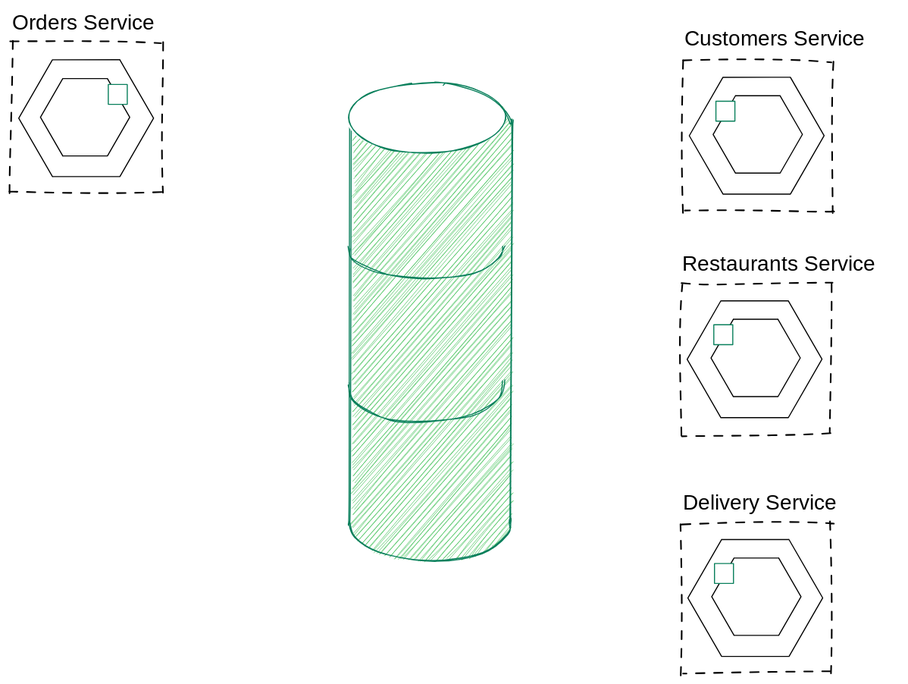
Above: docs/05-InterProcessComunication-API-First.excalidraw.svg in ZenWave360/zenwave-sdk (Excalidraw), before the change. Source tidied: one line per element, renumbered; positions are measured from the earlier drawing's top-left corner, leaving out a move shared by most shapes.
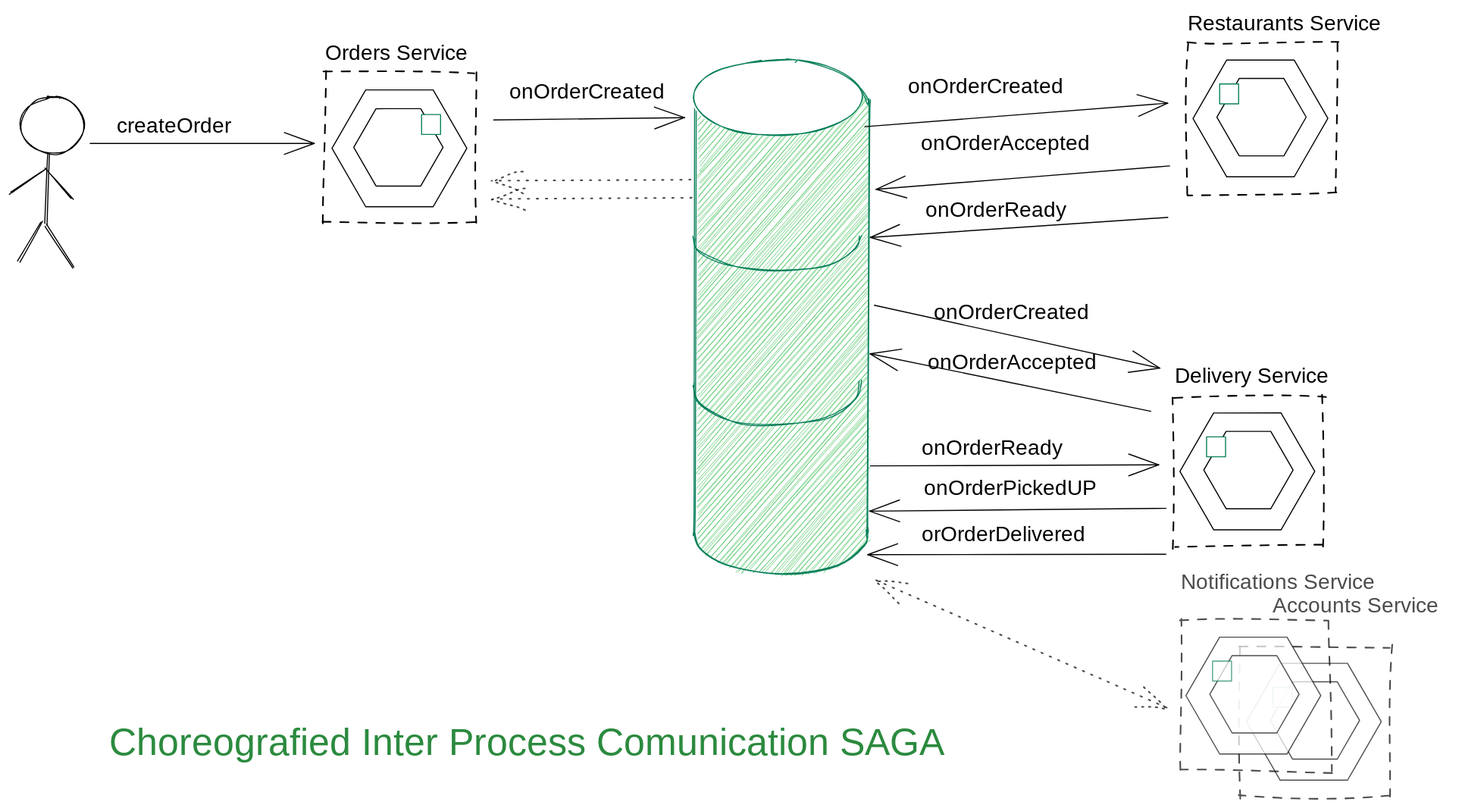
After the commit.

What changed in the source:
```diff
@@ -1,24 +1,59 @@
+{"id": 24, "type": "text", "text": "Accounts Service", "strokeColor": "#000000", "strokeWidth": 1, "strokeStyle": "dashed", "roughness": 1, "opacity": 70, "fontSize": 20, "fontFamily": 1, "x": 894, "y": 521, "width": 166, "height": 25}
+{"id": 25, "type": "rectangle", "strokeColor": "#000000", "strokeWidth": 1, "strokeStyle": "dashed", "roughness": 1, "opacity": 70, "x": 863, "y": 571, "width": 142, "height": 142}
+{"id": 26, "type": "line", "strokeColor": "#000000", "angle": 1.57, "backgroundColor": "#fff", "fillStyle": "solid", "strokeWidth": 1, "roughness": 0, "opacity": 70, "x": 933, "y": 578, "width": 110, "height": 127, "points": [[0, 0], [55, 32], [55, 95], [0, 127], [-55, 95], [-55, 32], [0, 0]]}
+{"id": 27, "type": "line", "strokeColor": "#000000", "angle": 1.57, "backgroundColor": "#fff", "fillStyle": "solid", "strokeWidth": 1, "roughness": 0, "opacity": 70, "x": 934, "y": 599, "width": 73, "height": 84, "points": [[0, 0], [36, 21], [36, 63], [0, 84], [-36, 63], [-36, 21], [0, 0]]}
+{"id": 28, "type": "rectangle", "strokeColor": "#087f5b", "angle": 1.57, "backgroundColor": "#fff", "fillStyle": "solid", "strokeWidth": 1, "roughness": 0, "opacity": 70, "x": 894, "y": 610, "width": 19, "height": 18}
-{"id": 0, "type": "line", "strokeColor": "#087f5b", "angle": 6.29, "backgroundColor": "#40c057", "fillStyle": "hachure", "strokeWidth": 1, "roughness": 1, "x": 321, "y": 107, "width": 151, "height": 447, "points": [[0, 0], [0, 338], [0, 376], [8, 393], [35, 407], [81, 411], [124, 404], [148, 388], [151, 374], [151, 343], [151, 28], [150, -1], [140, -18], [120, -28], [73, -36], [36, -31], [6, -14], [0, 0], [0, 0]]}
+{"id": 0, "type": "line", "strokeColor": "#087f5b", "angle": 6.29, "backgroundColor": "#40c057", "fillStyle": "hachure", "strokeWidth": 1, "roughness": 1, "x": 350, "y": 60, "width": 163, "height": 481, "points": [[0, 0], [1, 363], [0, 405], [8, 423], [37, 438], [87, 443], [134, 435], [159, 417], [162, 402], [163, 369], [162, 30], [161, -1], [151, -19], [129, -30], [79, -38], [39, -33], [7, -16], [0, 0], [0, 0]]}
-{"id": 1, "type": "line", "strokeColor": "#087f5b", "angle": 6.29, "strokeWidth": 1, "roughness": 1, "x": 318, "y": 351, "width": 147, "height": 37, "points": [[0, 0], [4, 15], [21, 27], [43, 34], [77, 35], [118, 30], [142, 13], [147, -2]]}
+{"id": 1, "type": "line", "strokeColor": "#087f5b", "angle": 6.29, "strokeWidth": 1, "roughness": 1, "x": 347, "y": 323, "width": 158, "height": 40, "points": [[0, 0], [4, 16], [22, 29], [46, 37], [83, 38], [127, 33], [152, 14], [158, -2]]}
-{"id": 2, "type": "line", "strokeColor": "#087f5b", "angle": 6.29, "strokeWidth": 1, "roughness": 1, "x": 318, "y": 223, "width": 146, "height": 29, "points": [[0, 0], [4, 12], [20, 22], [43, 28], [77, 28], [118, 24], [141, 10], [146, -1]]}
+{"id": 2, "type": "line", "strokeColor": "#087f5b", "angle": 6.29, "strokeWidth": 1, "roughness": 1, "x": 348, "y": 185, "width": 157, "height": 32, "points": [[0, 0], [4, 13], [22, 23], [46, 30], [83, 30], [127, 26], [152, 11], [157, -1]]}
-{"id": 3, "type": "ellipse", "strokeColor": "#087f5b", "angle": 6.29, "backgroundColor": "#fff", "fillStyle": "solid", "strokeWidth": 1, "roughness": 1, "x": 318, "y": 68, "width": 148, "height": 66}
+{"id": 3, "type": "ellipse", "strokeColor": "#087f5b", "angle": 6.29, "backgroundColor": "#fff", "fillStyle": "solid", "strokeWidth": 1, "roughness": 1, "x": 347, "y": 18, "width": 160, "height": 71}
 {"id": 4, "type": "text", "text": "Orders Service", "strokeColor": "#000000", "strokeWidth": 1, "strokeStyle": "dashed", "roughness": 1, "fontSize": 20, "fontFamily": 1, "x": 1, "y": 0, "width": 143, "height": 25}
 {"id": 5, "type": "rectangle", "strokeColor": "#000000", "strokeWidth": 1, "strokeStyle": "dashed", "roughness": 1, "x": 0, "y": 30, "width": 142, "height": 142}
 {"id": 6, "type": "line", "strokeColor": "#000000", "angle": 1.57, "backgroundColor": "#fff", "fillStyle": "solid", "strokeWidth": 1, "roughness": 0, "x": 71, "y": 38, "width": 110, "height": 127, "points": [[0, 0], [55, 32], [55, 95], [0, 127], [-55, 95], [-55, 32], [0, 0]]}
 {"id": 7, "type": "line", "strokeColor": "#000000", "angle": 1.57, "backgroundColor": "#fff", "fillStyle": "solid", "strokeWidth": 1, "roughness": 0, "x": 70, "y": 58, "width": 73, "height": 84, "points": [[0, 0], [36, 21], [36, 63], [0, 84], [-36, 63], [-36, 21], [0, 0]]}
 {"id": 8, "type": "rectangle", "strokeColor": "#087f5b", "angle": 1.57, "backgroundColor": "#fff", "fillStyle": "solid", "strokeWidth": 1, "roughness": 0, "x": 92, "y": 70, "width": 19, "height": 18}
-{"id": 9, "type": "text", "text": "Customers Service", "strokeColor": "#000000", "strokeWidth": 1, "strokeStyle": "dashed", "roughness": 1, "fontSize": 20, "fontFamily": 1, "x": 636, "y": 15, "width": 179, "height": 25}
-{"id": 10, "type": "rectangle", "strokeColor": "#000000", "strokeWidth": 1, "strokeStyle": "dashed", "roughness": 1, "x": 634, "y": 47, "width": 142, "height": 142}
-{"id": 11, "type": "line", "strokeColor": "#000000", "angle": 1.57, "backgroundColor": "#fff", "fillStyle": "solid", "strokeWidth": 1, "roughness": 0, "x": 703, "y": 54, "width": 110, "height": 127, "points": [[0, 0], [55, 32], [55, 95], [0, 127], [-55, 95], [-55, 32], [0, 0]]}
-{"id": 12, "type": "line", "strokeColor": "#000000", "angle": 1.57, "backgroundColor": "#fff", "fillStyle": "solid", "strokeWidth": 1, "roughness": 0, "x": 704, "y": 75, "width": 73, "height": 84, "points": [[0, 0], [36, 21], [36, 63], [0, 84], [-36, 63], [-36, 21], [0, 0]]}
-{"id": 13, "type": "rectangle", "strokeColor": "#087f5b", "angle": 1.57, "backgroundColor": "#fff", "fillStyle": "solid", "strokeWidth": 1, "roughness": 0, "x": 664, "y": 86, "width": 19, "height": 18}
-{"id": 14, "type": "text", "text": "Restaurants Service", "strokeColor": "#000000", "strokeWidth": 1, "strokeStyle": "dashed", "roughness": 1, "fontSize": 20, "fontFamily": 1, "x": 633, "y": 227, "width": 203, "height": 25}
+{"id": 14, "type": "text", "text": "Restaurants Service", "strokeColor": "#000000", "strokeWidth": 1, "strokeStyle": "dashed", "roughness": 1, "fontSize": 20, "fontFamily": 1, "x": 814, "y": -28, "width": 203, "height": 25}
-{"id": 15, "type": "rectangle", "strokeColor": "#000000", "strokeWidth": 1, "strokeStyle": "dashed", "roughness": 1, "x": 632, "y": 257, "width": 142, "height": 142}
+{"id": 15, "type": "rectangle", "strokeColor": "#000000", "strokeWidth": 1, "strokeStyle": "dashed", "roughness": 1, "x": 813, "y": 2, "width": 142, "height": 142}
-{"id": 16, "type": "line", "strokeColor": "#000000", "angle": 1.57, "backgroundColor": "#fff", "fillStyle": "solid", "strokeWidth": 1, "roughness": 0, "x": 701, "y": 265, "width": 110, "height": 127, "points": [[0, 0], [55, 32], [55, 95], [0, 127], [-55, 95], [-55, 32], [0, 0]]}
+{"id": 16, "type": "line", "strokeColor": "#000000", "angle": 1.57, "backgroundColor": "#fff", "fillStyle": "solid", "strokeWidth": 1, "roughness": 0, "x": 883, "y": 10, "width": 110, "height": 127, "points": [[0, 0], [55, 32], [55, 95], [0, 127], [-55, 95], [-55, 32], [0, 0]]}
-{"id": 17, "type": "line", "strokeColor": "#000000", "angle": 1.57, "backgroundColor": "#fff", "fillStyle": "solid", "strokeWidth": 1, "roughness": 0, "x": 702, "y": 285, "width": 73, "height": 84, "points": [[0, 0], [36, 21], [36, 63], [0, 84], [-36, 63], [-36, 21], [0, 0]]}
+{"id": 17, "type": "line", "strokeColor": "#000000", "angle": 1.57, "backgroundColor": "#fff", "fillStyle": "solid", "strokeWidth": 1, "roughness": 0, "x": 884, "y": 30, "width": 73, "height": 84, "points": [[0, 0], [36, 21], [36, 63], [0, 84], [-36, 63], [-36, 21], [0, 0]]}
-{"id": 18, "type": "rectangle", "strokeColor": "#087f5b", "angle": 1.57, "backgroundColor": "#fff", "fillStyle": "solid", "strokeWidth": 1, "roughness": 0, "x": 662, "y": 297, "width": 19, "height": 18}
+{"id": 18, "type": "rectangle", "strokeColor": "#087f5b", "angle": 1.57, "backgroundColor": "#fff", "fillStyle": "solid", "strokeWidth": 1, "roughness": 0, "x": 844, "y": 41, "width": 19, "height": 18}
-{"id": 19, "type": "text", "text": "Delivery Service", "strokeColor": "#000000", "strokeWidth": 1, "strokeStyle": "dashed", "roughness": 1, "fontSize": 20, "fontFamily": 1, "x": 634, "y": 452, "width": 154, "height": 25}
+{"id": 19, "type": "text", "text": "Delivery Service", "strokeColor": "#000000", "strokeWidth": 1, "strokeStyle": "dashed", "roughness": 1, "fontSize": 20, "fontFamily": 1, "x": 802, "y": 305, "width": 154, "height": 25}
-{"id": 20, "type": "rectangle", "strokeColor": "#000000", "strokeWidth": 1, "strokeStyle": "dashed", "roughness": 1, "x": 632, "y": 482, "width": 142, "height": 142}
+{"id": 20, "type": "rectangle", "strokeColor": "#000000", "strokeWidth": 1, "strokeStyle": "dashed", "roughness": 1, "x": 801, "y": 335, "width": 142, "height": 142}
-{"id": 21, "type": "line", "strokeColor": "#000000", "angle": 1.57, "backgroundColor": "#fff", "fillStyle": "solid", "strokeWidth": 1, "roughness": 0, "x": 702, "y": 490, "width": 110, "height": 127, "points": [[0, 0], [55, 32], [55, 95], [0, 127], [-55, 95], [-55, 32], [0, 0]]}
+{"id": 21, "type": "line", "strokeColor": "#000000", "angle": 1.57, "backgroundColor": "#fff", "fillStyle": "solid", "strokeWidth": 1, "roughness": 0, "x": 870, "y": 342, "width": 110, "height": 127, "points": [[0, 0], [55, 32], [55, 95], [0, 127], [-55, 95], [-55, 32], [0, 0]]}
-{"id": 22, "type": "line", "strokeColor": "#000000", "angle": 1.57, "backgroundColor": "#fff", "fillStyle": "solid", "strokeWidth": 1, "roughness": 0, "x": 703, "y": 510, "width": 73, "height": 84, "points": [[0, 0], [36, 21], [36, 63], [0, 84], [-36, 63], [-36, 21], [0, 0]]}
+{"id": 22, "type": "line", "strokeColor": "#000000", "angle": 1.57, "backgroundColor": "#fff", "fillStyle": "solid", "strokeWidth": 1, "roughness": 0, "x": 871, "y": 363, "width": 73, "height": 84, "points": [[0, 0], [36, 21], [36, 63], [0, 84], [-36, 63], [-36, 21], [0, 0]]}
-{"id": 23, "type": "rectangle", "strokeColor": "#087f5b", "angle": 1.57, "backgroundColor": "#fff", "fillStyle": "solid", "strokeWidth": 1, "roughness": 0, "x": 663, "y": 522, "width": 19, "height": 18}
+{"id": 23, "type": "rectangle", "strokeColor": "#087f5b", "angle": 1.57, "backgroundColor": "#fff", "fillStyle": "solid", "strokeWidth": 1, "roughness": 0, "x": 831, "y": 374, "width": 19, "height": 18}
+{"id": 29, "type": "text", "text": "Choreografied Inter Process Comunication SAGA", "strokeColor": "#2b8a3e", "strokeWidth": 1, "roughness": 1, "fontSize": 36, "fontFamily": 1, "x": -202, "y": 641, "width": 856, "height": 45}
+{"id": 30, "type": "ellipse", "strokeColor": "#000000", "strokeWidth": 1, "roughness": 1, "x": -285, "y": 52, "width": 59, "height": 54}
+{"id": 31, "type": "line", "strokeColor": "#000000", "backgroundColor": "#ced4da", "fillStyle": "solid", "strokeWidth": 1, "roughness": 1, "x": -259, "y": 106, "width": 3, "height": 66, "points": [[0, 0], [-3, 66]]}
+{"id": 32, "type": "line", "strokeColor": "#000000", "backgroundColor": "#ced4da", "fillStyle": "solid", "strokeWidth": 1, "roughness": 1, "x": -262, "y": 174, "width": 26, "height": 40, "points": [[0, 0], [26, 40]]}
+{"id": 33, "type": "line", "strokeColor": "#000000", "backgroundColor": "#ced4da", "fillStyle": "solid", "strokeWidth": 1, "roughness": 1, "x": -266, "y": 171, "width": 22, "height": 37, "points": [[0, 0], [-22, 37]]}
+{"id": 34, "type": "line", "strokeColor": "#000000", "backgroundColor": "#ced4da", "fillStyle": "solid", "strokeWidth": 1, "roughness": 1, "x": -295, "y": 143, "width": 34, "height": 22, "points": [[0, 0], [34, -22]]}
+{"id": 35, "type": "line", "strokeColor": "#000000", "backgroundColor": "#ced4da", "fillStyle": "solid", "strokeWidth": 1, "roughness": 1, "x": -262, "y": 120, "width": 25, "height": 29, "points": [[0, 0], [25, 29]]}
+{"id": 36, "type": "arrow", "strokeColor": "#000000", "strokeWidth": 1, "roughness": 0, "endArrowhead": "arrow", "from": 30, "to": 5, "x": -220, "y": 97, "width": 211, "height": 0, "points": [[0, 0], [211, 0]]}
+{"id": 37, "type": "text", "text": "createOrder", "strokeColor": "#000000", "strokeWidth": 1, "roughness": 0, "fontSize": 20, "fontFamily": 1, "x": -195, "y": 69, "width": 120, "height": 25}
+{"id": 38, "type": "arrow", "strokeColor": "#000000", "strokeWidth": 1, "roughness": 0, "endArrowhead": "arrow", "from": 5, "to": 3, "x": 160, "y": 75, "width": 180, "height": 2, "points": [[0, 0], [180, -2]]}
+{"id": 39, "type": "text", "text": "onOrderCreated", "strokeColor": "#000000", "strokeWidth": 1, "roughness": 0, "fontSize": 20, "fontFamily": 1, "x": 174, "y": 37, "width": 155, "height": 25}
+{"id": 40, "type": "arrow", "strokeColor": "#000000", "strokeWidth": 1, "roughness": 0, "endArrowhead": "arrow", "from": 3, "to": 15, "x": 510, "y": 81, "width": 285, "height": 22, "points": [[0, 0], [285, -22]]}
+{"id": 41, "type": "text", "text": "onOrderCreated", "strokeColor": "#000000", "strokeWidth": 1, "roughness": 0, "fontSize": 20, "fontFamily": 1, "x": 551, "y": 31, "width": 155, "height": 25}
+{"id": 42, "type": "arrow", "strokeColor": "#000000", "strokeWidth": 1, "roughness": 0, "endArrowhead": "arrow", "from": 15, "x": 797, "y": 118, "width": 277, "height": 22, "points": [[0, 0], [-277, 22]]}
+{"id": 43, "type": "text", "text": "onOrderAccepted", "strokeColor": "#000000", "strokeWidth": 1, "roughness": 0, "fontSize": 20, "fontFamily": 1, "x": 562, "y": 85, "width": 163, "height": 25}
+{"id": 44, "type": "arrow", "strokeColor": "#000000", "strokeWidth": 1, "roughness": 0, "endArrowhead": "arrow", "from": 15, "x": 795, "y": 167, "width": 280, "height": 19, "points": [[0, 0], [-280, 19]]}
+{"id": 45, "type": "text", "text": "onOrderReady", "strokeColor": "#000000", "strokeWidth": 1, "roughness": 0, "fontSize": 20, "fontFamily": 1, "x": 567, "y": 148, "width": 134, "height": 25}
+{"id": 46, "type": "arrow", "strokeColor": "#000000", "strokeWidth": 1, "roughness": 0, "endArrowhead": "arrow", "to": 20, "x": 519, "y": 249, "width": 269, "height": 59, "points": [[0, 0], [269, 59]]}
+{"id": 47, "type": "arrow", "strokeColor": "#000000", "strokeWidth": 1, "roughness": 0, "endArrowhead": "arrow", "from": 20, "x": 779, "y": 349, "width": 264, "height": 54, "points": [[0, 0], [-264, -54]]}
+{"id": 48, "type": "text", "text": "onOrderCreated", "strokeColor": "#000000", "strokeWidth": 1, "roughness": 0, "fontSize": 20, "fontFamily": 1, "x": 575, "y": 245, "width": 155, "height": 25}
+{"id": 49, "type": "text", "text": "onOrderAccepted", "strokeColor": "#000000", "strokeWidth": 1, "roughness": 0, "fontSize": 20, "fontFamily": 1, "x": 569, "y": 291, "width": 163, "height": 25}
+{"id": 50, "type": "arrow", "strokeColor": "#000000", "strokeWidth": 1, "roughness": 0, "endArrowhead": "arrow", "to": 20, "x": 515, "y": 401, "width": 272, "height": 1, "points": [[0, 0], [272, -1]]}
+{"id": 51, "type": "text", "text": "onOrderReady", "strokeColor": "#000000", "strokeWidth": 1, "roughness": 0, "fontSize": 20, "fontFamily": 1, "x": 563, "y": 373, "width": 134, "height": 25}
+{"id": 52, "type": "arrow", "strokeColor": "#000000", "strokeWidth": 1, "roughness": 0, "endArrowhead": "arrow", "from": 20, "x": 794, "y": 441, "width": 279, "height": 3, "points": [[0, 0], [-279, 3]]}
+{"id": 53, "type": "text", "text": "onOrderPickedUP", "strokeColor": "#000000", "strokeWidth": 1, "roughness": 0, "fontSize": 20, "fontFamily": 1, "x": 565, "y": 410, "width": 163, "height": 25}
+{"id": 54, "type": "arrow", "strokeColor": "#000000", "strokeWidth": 1, "roughness": 0, "endArrowhead": "arrow", "from": 20, "x": 794, "y": 484, "width": 281, "height": 0, "points": [[0, 0], [-281, 0]]}
+{"id": 55, "type": "text", "text": "orOrderDelivered", "strokeColor": "#000000", "strokeWidth": 1, "roughness": 0, "fontSize": 20, "fontFamily": 1, "x": 564, "y": 454, "width": 163, "height": 25}
+{"id": 56, "type": "text", "text": "Notifications Service", "strokeColor": "#000000", "strokeWidth": 1, "strokeStyle": "dashed", "roughness": 1, "opacity": 70, "fontSize": 20, "fontFamily": 1, "x": 808, "y": 499, "width": 203, "height": 25}
+{"id": 57, "type": "rectangle", "strokeColor": "#000000", "strokeWidth": 1, "strokeStyle": "dashed", "roughness": 1, "opacity": 70, "x": 806, "y": 546, "width": 142, "height": 142}
+{"id": 58, "type": "line", "strokeColor": "#000000", "angle": 1.57, "backgroundColor": "#fff", "fillStyle": "solid", "strokeWidth": 1, "roughness": 0, "opacity": 70, "x": 876, "y": 554, "width": 110, "height": 127, "points": [[0, 0], [55, 32], [55, 95], [0, 127], [-55, 95], [-55, 32], [0, 0]]}
+{"id": 59, "type": "line", "strokeColor": "#000000", "angle": 1.57, "backgroundColor": "#fff", "fillStyle": "solid", "strokeWidth": 1, "roughness": 0, "opacity": 70, "x": 877, "y": 574, "width": 73, "height": 84, "points": [[0, 0], [36, 21], [36, 63], [0, 84], [-36, 63], [-36, 21], [0, 0]]}
+{"id": 60, "type": "rectangle", "strokeColor": "#087f5b", "angle": 1.57, "backgroundColor": "#fff", "fillStyle": "solid", "strokeWidth": 1, "roughness": 0, "opacity": 70, "x": 837, "y": 585, "width": 19, "height": 18}
+{"id": 61, "type": "arrow", "strokeColor": "#000000", "strokeWidth": 1, "strokeStyle": "dotted", "roughness": 1, "opacity": 70, "startArrowhead": "arrow", "endArrowhead": "arrow", "to": 57, "x": 520, "y": 509, "width": 274, "height": 121, "points": [[0, 0], [274, 121]]}
+{"id": 62, "type": "arrow", "strokeColor": "#000000", "strokeWidth": 1, "strokeStyle": "dotted", "roughness": 1, "opacity": 70, "endArrowhead": "arrow", "to": 5, "x": 344, "y": 130, "width": 188, "height": 2, "points": [[0, 0], [-188, 2]]}
+{"id": 63, "type": "arrow", "strokeColor": "#000000", "strokeWidth": 1, "strokeStyle": "dotted", "roughness": 1, "opacity": 70, "endArrowhead": "arrow", "to": 5, "x": 347, "y": 147, "width": 188, "height": 2, "points": [[0, 0], [-188, 2]]}
```
